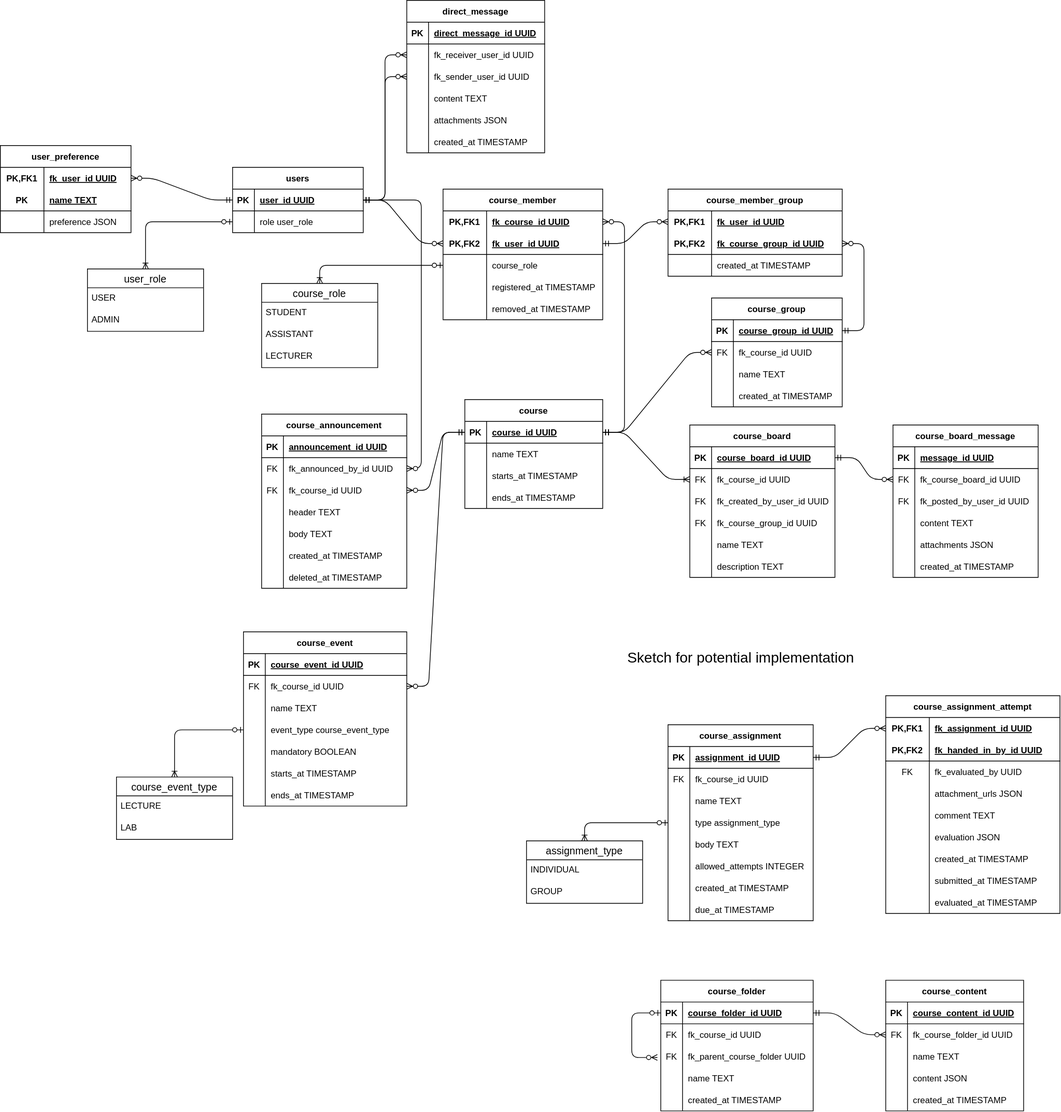
This is docs/diagrams/er-diagram.drawio.svg from thedatasnok/idata2503-project, a draw.io export, as it was before one commit. Source tidied: cells renumbered, new cells last; positions are measured from the earlier drawing's top-left corner, leaving out a move shared by most shapes.
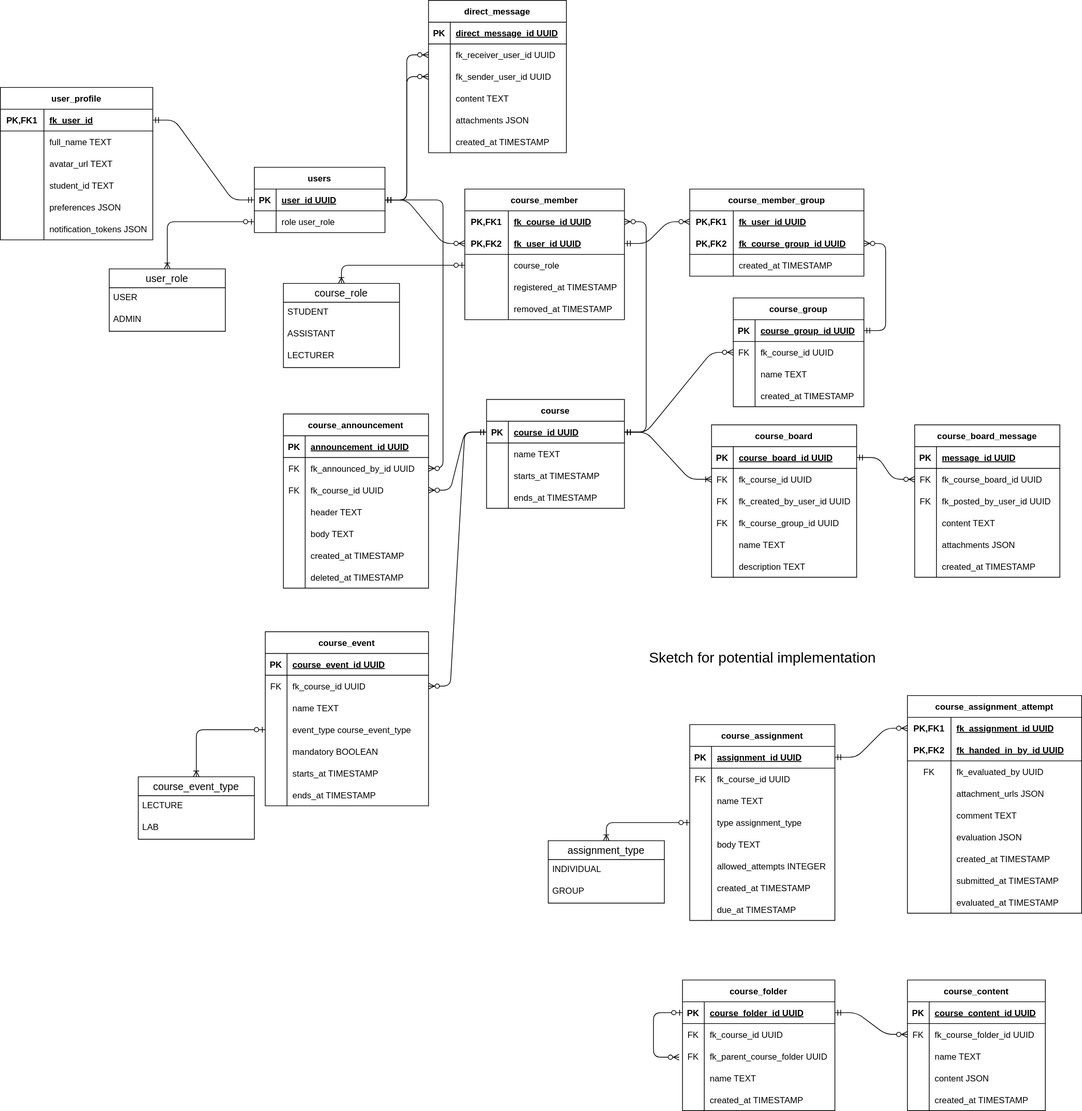
The same diagram one commit later.

Commit message:
docs: add user profile table

we could have modified the users table, but it is not part of our own schema in supabase so it seems best to separate

What changed in the source:
```diff
@@ -689,39 +689,6 @@
         </Array>
       </mxGeometry>
     </mxCell>
-    <mxCell id="224" value="user_preference" style="shape=table;startSize=30;rowLines=0;fontStyle=1;align=center;" parent="1" vertex="1">
-      <mxGeometry y="200" width="180" height="120" as="geometry" />
-    </mxCell>
-    <mxCell id="225" style="shape=tableRow;horizontal=0;startSize=0;swimlaneHead=0;swimlaneBody=0;fillColor=none;points=[[0,0.5],[1,0.5]];portConstraint=eastwest;top=0;left=0;right=0;bottom=0;" parent="224" vertex="1">
-      <mxGeometry y="30" width="180" height="30" as="geometry" />
-    </mxCell>
-    <mxCell id="226" value="PK,FK1" style="shape=partialRectangle;fillColor=none;top=0;left=0;bottom=0;right=0;fontStyle=1;overflow=hidden;" parent="225" vertex="1">
-      <mxGeometry width="60" height="30" as="geometry" />
-    </mxCell>
-    <mxCell id="227" value="fk_user_id UUID" style="shape=partialRectangle;fillColor=none;top=0;left=0;bottom=0;right=0;align=left;spacingLeft=6;fontStyle=5;overflow=hidden;" parent="225" vertex="1">
-      <mxGeometry x="60" width="120" height="30" as="geometry" />
-    </mxCell>
-    <mxCell id="228" style="shape=tableRow;horizontal=0;startSize=0;swimlaneHead=0;swimlaneBody=0;fillColor=none;top=0;left=0;right=0;bottom=1;" parent="224" vertex="1">
-      <mxGeometry y="60" width="180" height="30" as="geometry" />
-    </mxCell>
-    <mxCell id="229" value="PK" style="shape=partialRectangle;fillColor=none;top=0;left=0;bottom=0;right=0;fontStyle=1;overflow=hidden;" parent="228" vertex="1">
-      <mxGeometry width="60" height="30" as="geometry" />
-    </mxCell>
-    <mxCell id="230" value="name TEXT" style="shape=partialRectangle;fillColor=none;top=0;left=0;bottom=0;right=0;align=left;spacingLeft=6;fontStyle=5;overflow=hidden;" parent="228" vertex="1">
-      <mxGeometry x="60" width="120" height="30" as="geometry" />
-    </mxCell>
-    <mxCell id="231" style="shape=tableRow;horizontal=0;startSize=0;swimlaneHead=0;swimlaneBody=0;fillColor=none;top=0;left=0;right=0;bottom=0;" parent="224" vertex="1">
-      <mxGeometry y="90" width="180" height="30" as="geometry" />
-    </mxCell>
-    <mxCell id="232" style="shape=partialRectangle;fillColor=none;top=0;left=0;bottom=0;right=0;overflow=hidden;" parent="231" vertex="1">
-      <mxGeometry width="60" height="30" as="geometry" />
-    </mxCell>
-    <mxCell id="233" value="preference JSON" style="shape=partialRectangle;fillColor=none;top=0;left=0;bottom=0;right=0;align=left;spacingLeft=6;overflow=hidden;" parent="231" vertex="1">
-      <mxGeometry x="60" width="120" height="30" as="geometry" />
-    </mxCell>
-    <mxCell id="234" style="fontSize=12;html=1;endArrow=ERzeroToMany;startArrow=ERmandOne;entryX=1;entryY=0.5;entryDx=0;entryDy=0;edgeStyle=entityRelationEdgeStyle;exitX=0;exitY=0.5;exitDx=0;exitDy=0;" parent="1" edge="1" source="3" target="225">
-      <mxGeometry relative="1" as="geometry" />
-    </mxCell>
     <mxCell id="235" value="Sketch for potential implementation" style="text;html=1;strokeColor=none;fillColor=none;align=center;verticalAlign=middle;whiteSpace=wrap;rounded=0;fontSize=20;" parent="1" vertex="1">
       <mxGeometry x="812.5" y="890" width="415" height="30" as="geometry" />
     </mxCell>
@@ -895,5 +862,65 @@
     <mxCell id="290" style="edgeStyle=entityRelationEdgeStyle;fontSize=12;html=1;endArrow=ERzeroToMany;startArrow=ERmandOne;exitX=1;exitY=0.5;exitDx=0;exitDy=0;entryX=0;entryY=0.5;entryDx=0;entryDy=0;" parent="1" edge="1" source="258" target="278">
       <mxGeometry relative="1" as="geometry" />
     </mxCell>
+    <mxCell id="291" value="user_profile" style="shape=table;startSize=30;rowLines=0;fontStyle=1;align=center;" parent="1" vertex="1">
+      <mxGeometry x="-30" y="120" width="210" height="210" as="geometry" />
+    </mxCell>
+    <mxCell id="292" style="shape=tableRow;horizontal=0;startSize=0;swimlaneHead=0;swimlaneBody=0;fillColor=none;points=[[0,0.5],[1,0.5]];portConstraint=eastwest;top=0;left=0;right=0;bottom=1;" parent="291" vertex="1">
+      <mxGeometry y="30" width="210" height="30" as="geometry" />
+    </mxCell>
+    <mxCell id="226" value="PK,FK1" style="shape=partialRectangle;fillColor=none;top=0;left=0;bottom=0;right=0;fontStyle=1;overflow=hidden;" parent="292" vertex="1">
+      <mxGeometry width="60" height="30" as="geometry" />
+    </mxCell>
+    <mxCell id="293" value="fk_user_id" style="shape=partialRectangle;fillColor=none;top=0;left=0;bottom=0;right=0;align=left;spacingLeft=6;fontStyle=5;overflow=hidden;" parent="292" vertex="1">
+      <mxGeometry x="60" width="150" height="30" as="geometry" />
+    </mxCell>
+    <mxCell id="294" style="shape=tableRow;horizontal=0;startSize=0;swimlaneHead=0;swimlaneBody=0;fillColor=none;top=0;left=0;right=0;bottom=0;" parent="291" vertex="1">
+      <mxGeometry y="60" width="210" height="30" as="geometry" />
+    </mxCell>
+    <mxCell id="295" style="shape=partialRectangle;fillColor=none;top=0;left=0;bottom=0;right=0;overflow=hidden;" parent="294" vertex="1">
+      <mxGeometry width="60" height="30" as="geometry" />
+    </mxCell>
+    <mxCell id="296" value="full_name TEXT" style="shape=partialRectangle;fillColor=none;top=0;left=0;bottom=0;right=0;align=left;spacingLeft=6;overflow=hidden;" parent="294" vertex="1">
+      <mxGeometry x="60" width="150" height="30" as="geometry" />
+    </mxCell>
+    <mxCell id="297" style="shape=tableRow;horizontal=0;startSize=0;swimlaneHead=0;swimlaneBody=0;fillColor=none;top=0;left=0;right=0;bottom=0;" parent="291" vertex="1">
+      <mxGeometry y="90" width="210" height="30" as="geometry" />
+    </mxCell>
+    <mxCell id="298" style="shape=partialRectangle;fillColor=none;top=0;left=0;bottom=0;right=0;overflow=hidden;" parent="297" vertex="1">
+      <mxGeometry width="60" height="30" as="geometry" />
+    </mxCell>
+    <mxCell id="299" value="avatar_url TEXT" style="shape=partialRectangle;fillColor=none;top=0;left=0;bottom=0;right=0;align=left;spacingLeft=6;overflow=hidden;" parent="297" vertex="1">
+      <mxGeometry x="60" width="150" height="30" as="geometry" />
+    </mxCell>
+    <mxCell id="300" style="shape=tableRow;horizontal=0;startSize=0;swimlaneHead=0;swimlaneBody=0;fillColor=none;top=0;left=0;right=0;bottom=0;" parent="291" vertex="1">
+      <mxGeometry y="120" width="210" height="30" as="geometry" />
+    </mxCell>
+    <mxCell id="301" style="shape=partialRectangle;fillColor=none;top=0;left=0;bottom=0;right=0;overflow=hidden;" parent="300" vertex="1">
+      <mxGeometry width="60" height="30" as="geometry" />
+    </mxCell>
+    <mxCell id="302" value="student_id TEXT" style="shape=partialRectangle;fillColor=none;top=0;left=0;bottom=0;right=0;align=left;spacingLeft=6;overflow=hidden;" parent="300" vertex="1">
+      <mxGeometry x="60" width="150" height="30" as="geometry" />
+    </mxCell>
+    <mxCell id="303" style="shape=tableRow;horizontal=0;startSize=0;swimlaneHead=0;swimlaneBody=0;fillColor=none;top=0;left=0;right=0;bottom=0;" parent="291" vertex="1">
+      <mxGeometry y="150" width="210" height="30" as="geometry" />
+    </mxCell>
+    <mxCell id="304" style="shape=partialRectangle;fillColor=none;top=0;left=0;bottom=0;right=0;overflow=hidden;" parent="303" vertex="1">
+      <mxGeometry width="60" height="30" as="geometry" />
+    </mxCell>
+    <mxCell id="305" value="preferences JSON" style="shape=partialRectangle;fillColor=none;top=0;left=0;bottom=0;right=0;align=left;spacingLeft=6;overflow=hidden;" parent="303" vertex="1">
+      <mxGeometry x="60" width="150" height="30" as="geometry" />
+    </mxCell>
+    <mxCell id="306" style="shape=tableRow;horizontal=0;startSize=0;swimlaneHead=0;swimlaneBody=0;fillColor=none;top=0;left=0;right=0;bottom=0;" parent="291" vertex="1">
+      <mxGeometry y="180" width="210" height="30" as="geometry" />
+    </mxCell>
+    <mxCell id="307" style="shape=partialRectangle;fillColor=none;top=0;left=0;bottom=0;right=0;overflow=hidden;" parent="306" vertex="1">
+      <mxGeometry width="60" height="30" as="geometry" />
+    </mxCell>
+    <mxCell id="308" value="notification_tokens JSON" style="shape=partialRectangle;fillColor=none;top=0;left=0;bottom=0;right=0;align=left;spacingLeft=6;overflow=hidden;" parent="306" vertex="1">
+      <mxGeometry x="60" width="150" height="30" as="geometry" />
+    </mxCell>
+    <mxCell id="309" style="fontSize=12;html=1;endArrow=ERmandOne;startArrow=ERmandOne;edgeStyle=entityRelationEdgeStyle;exitX=0;exitY=0.5;exitDx=0;exitDy=0;endFill=0;" parent="1" edge="1" source="3" target="292">
+      <mxGeometry relative="1" as="geometry" />
+    </mxCell>
   </root>
 </mxGraphModel>
```
